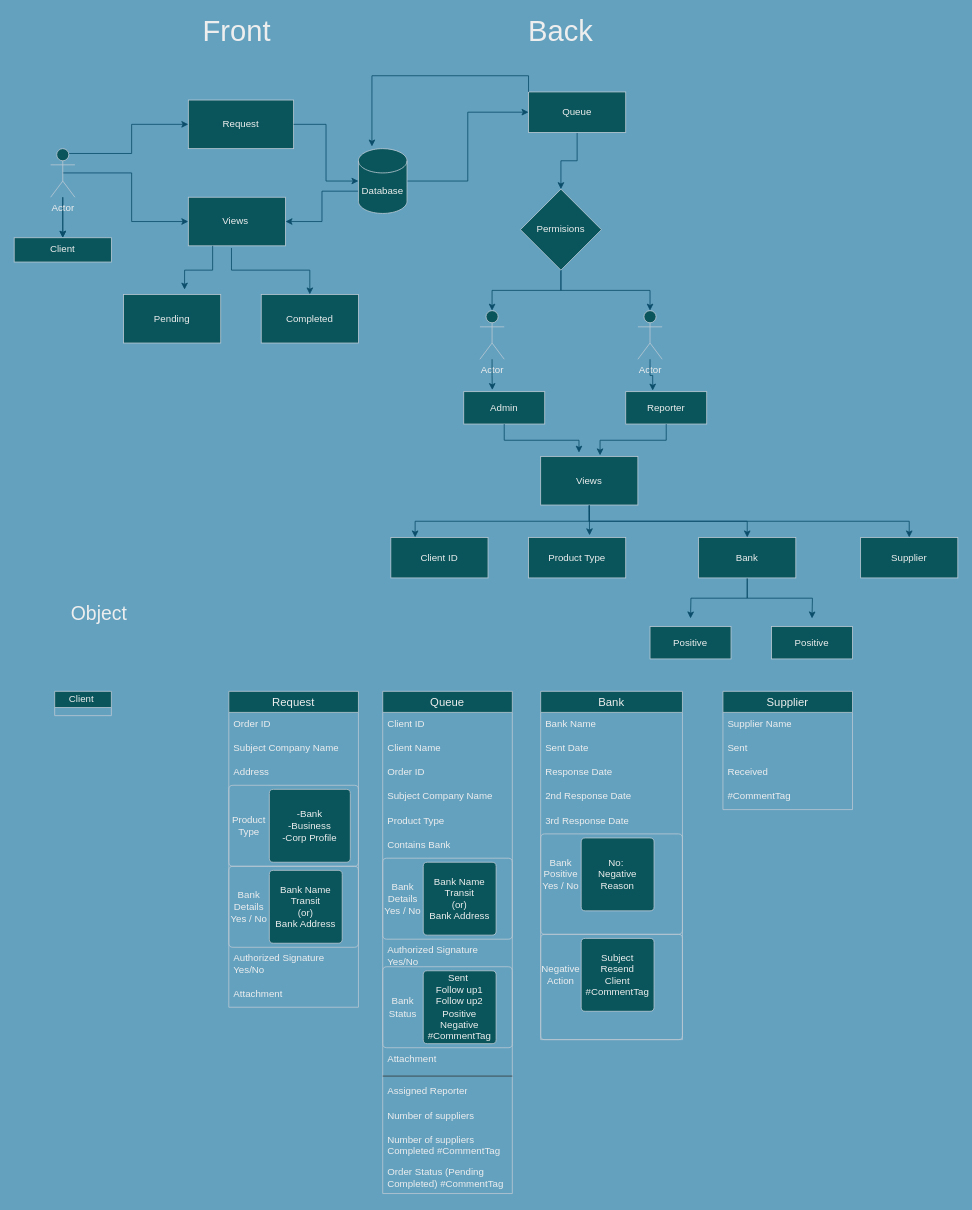
Above: Ticket Project.drawio in Sara-code420/Ticket-ProcessProject (draw.io), before the change. Source tidied: cells renumbered, new cells numbered last; positions are measured from the earlier drawing's top-left corner, leaving out a move shared by most shapes. Both pictures are drawn from the tidied source at 81%, with x=0, y=0 at pixel (14, 19).
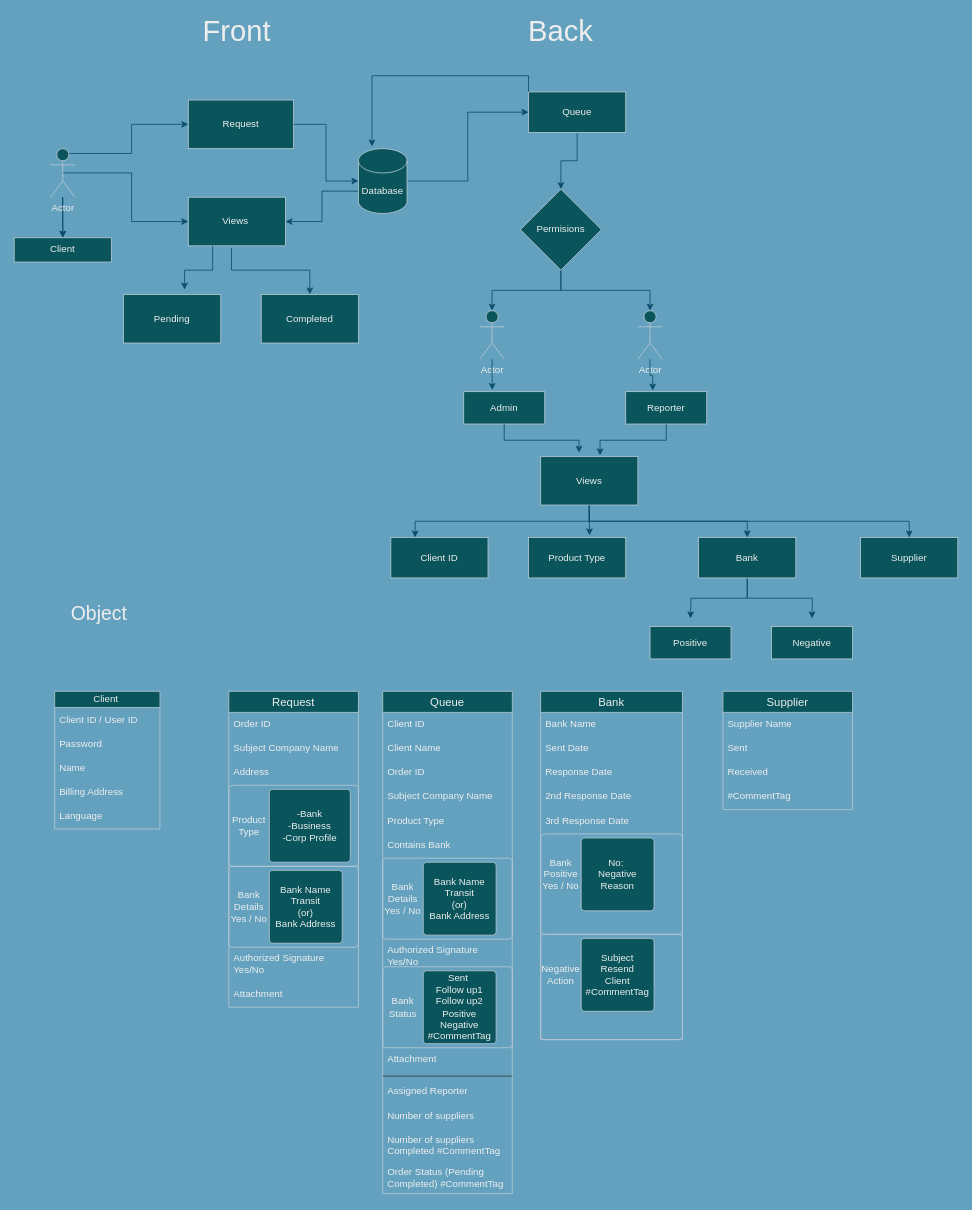
The same page after the edit.

Diff of the diagram source:
```diff
@@
-    <mxCell id="34" value="Client&amp;nbsp;" style="swimlane;fontStyle=0;horizontal=1;startSize=20;whiteSpace=wrap;html=1;labelBackgroundColor=none;fillColor=#09555B;strokeColor=#BAC8D3;fontColor=#EEEEEE;" parent="1" vertex="1" collapsed="1">
-      <mxGeometry x="50" y="830" width="70" height="30" as="geometry" />
+    <mxCell id="34" value="Client&amp;nbsp;" style="swimlane;fontStyle=0;horizontal=1;startSize=20;whiteSpace=wrap;html=1;labelBackgroundColor=none;fillColor=#09555B;strokeColor=#BAC8D3;fontColor=#EEEEEE;" parent="1" vertex="1">
+      <mxGeometry x="50" y="830" width="130" height="170" as="geometry" />
     </mxCell>
+    <mxCell id="98" value="Client ID / User ID" style="text;strokeColor=none;fillColor=none;align=left;verticalAlign=middle;spacingLeft=4;spacingRight=4;overflow=hidden;whiteSpace=wrap;html=1;labelBackgroundColor=none;fontColor=#EEEEEE;" parent="34" vertex="1">
+      <mxGeometry y="20" width="130" height="30" as="geometry" />
+    </mxCell>
+    <mxCell id="99" value="Password" style="text;strokeColor=none;fillColor=none;align=left;verticalAlign=middle;spacingLeft=4;spacingRight=4;overflow=hidden;whiteSpace=wrap;html=1;labelBackgroundColor=none;fontColor=#EEEEEE;" parent="34" vertex="1">
+      <mxGeometry y="50" width="130" height="30" as="geometry" />
+    </mxCell>
+    <mxCell id="100" value="Name&amp;nbsp;" style="text;strokeColor=none;fillColor=none;align=left;verticalAlign=middle;spacingLeft=4;spacingRight=4;overflow=hidden;whiteSpace=wrap;html=1;labelBackgroundColor=none;fontColor=#EEEEEE;" parent="34" vertex="1">
+      <mxGeometry y="80" width="130" height="30" as="geometry" />
+    </mxCell>
+    <mxCell id="101" value="Billing Address" style="text;strokeColor=none;fillColor=none;spacingLeft=4;spacingRight=4;overflow=hidden;fontSize=12;whiteSpace=wrap;html=1;labelBackgroundColor=none;fontColor=#EEEEEE;" parent="34" vertex="1">
+      <mxGeometry y="110" width="130" height="30" as="geometry" />
+    </mxCell>
+    <mxCell id="102" value="Language" style="text;strokeColor=none;fillColor=none;spacingLeft=4;spacingRight=4;overflow=hidden;fontSize=12;whiteSpace=wrap;html=1;labelBackgroundColor=none;fontColor=#EEEEEE;" parent="34" vertex="1">
+      <mxGeometry y="140" width="130" height="30" as="geometry" />
+    </mxCell>
@@
-    <mxCell id="79" value="Positive" style="rounded=0;whiteSpace=wrap;html=1;strokeColor=#BAC8D3;fontColor=#EEEEEE;fillColor=#09555B;" parent="1" vertex="1">
+    <mxCell id="79" value="Negative" style="rounded=0;whiteSpace=wrap;html=1;strokeColor=#BAC8D3;fontColor=#EEEEEE;fillColor=#09555B;" parent="1" vertex="1">
       <mxGeometry x="935" y="750" width="100" height="40" as="geometry" />
     </mxCell>
```
